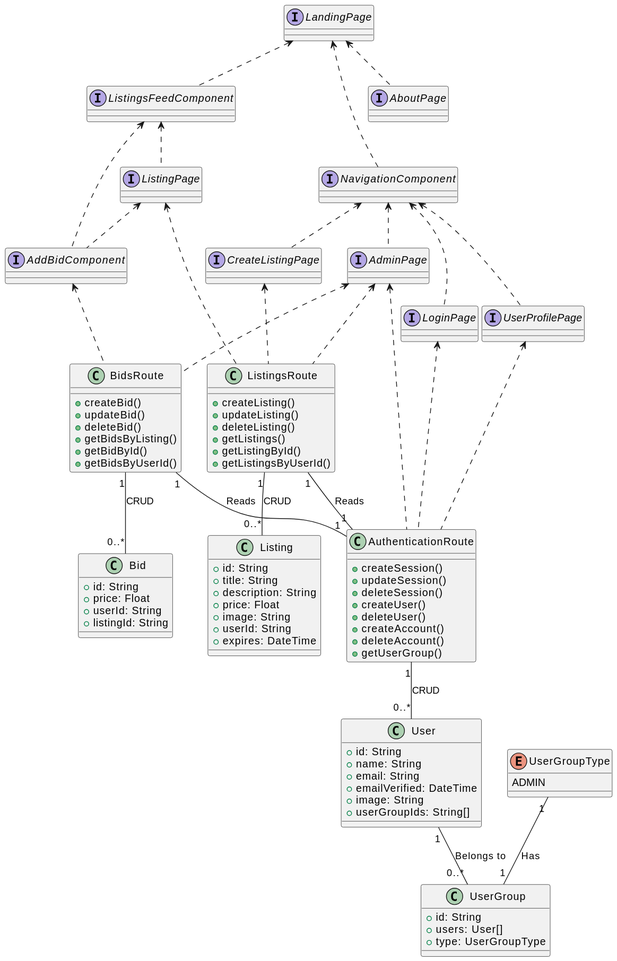
Above: uml/out/ClassDiagram.svg in martinmiglio/CS471-Project (PlantUML), before the change.
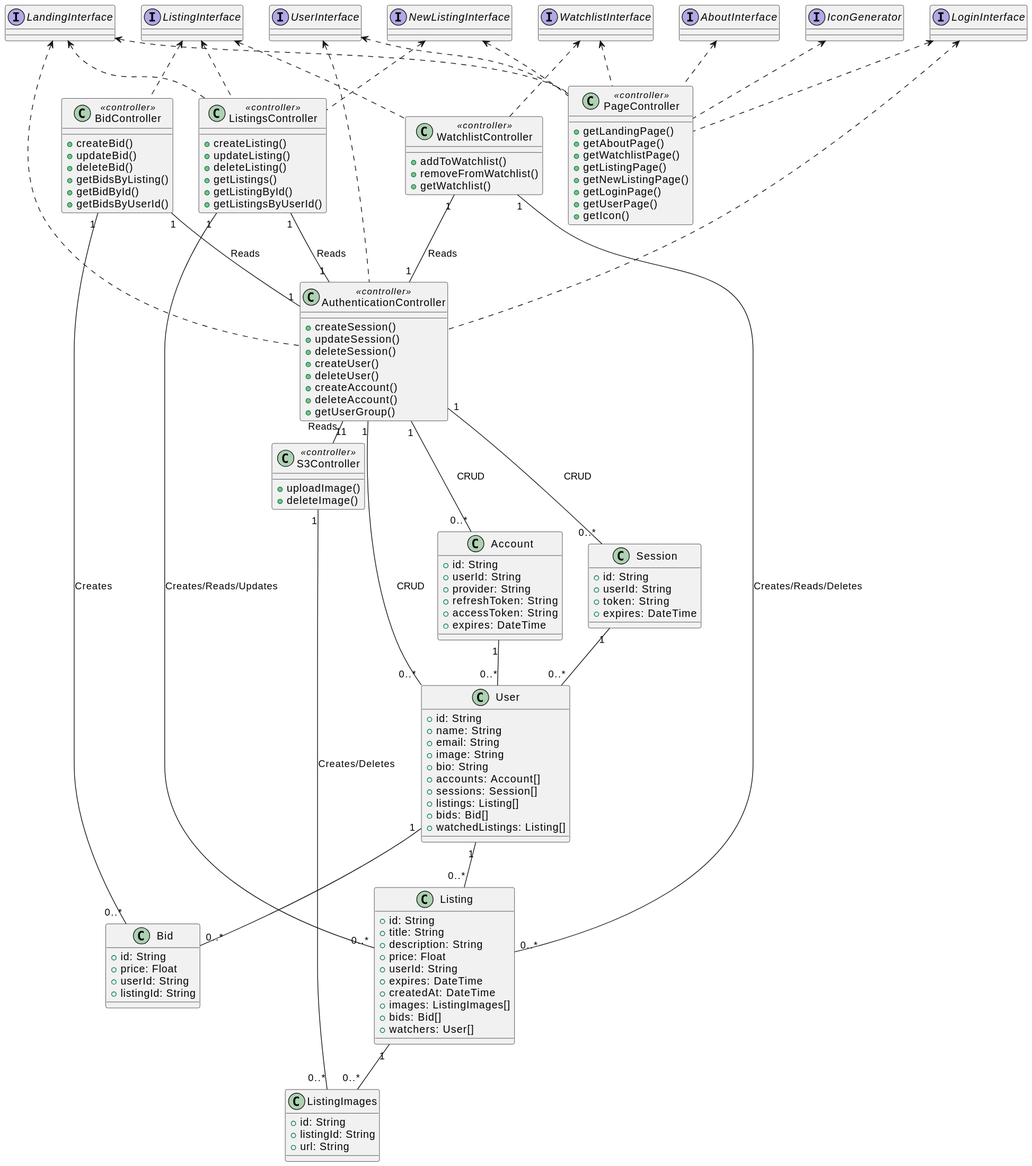
Above is the later version.

What changed in the source:
```diff
@@ -1,11 +1,32 @@
 @startuml
+
+class Account {
+  +id: String
+  +userId: String
+  +provider: String
+  +refreshToken: String
+  +accessToken: String
+  +expires: DateTime
+}
+
+class Session {
+  +id: String
+  +userId: String
+  +token: String
+  +expires: DateTime
+}
+
 class User {
   +id: String
   +name: String
   +email: String
-  +emailVerified: DateTime
   +image: String
-  +userGroupIds: String[]
+  +bio: String
+  +accounts: Account[]
+  +sessions: Session[]
+  +listings: Listing[]
+  +bids: Bid[]
+  +watchedListings: Listing[]
 }
 
 class Listing {
@@ -13,9 +34,18 @@
   +title: String
   +description: String
   +price: Float
-  +image: String
   +userId: String
   +expires: DateTime
+  +createdAt: DateTime
+  +images: ListingImages[]
+  +bids: Bid[]
+  +watchers: User[]
+}
+
+class ListingImages {
+  +id: String
+  +listingId: String
+  +url: String
 }
 
 class Bid {
@@ -24,22 +54,25 @@
   +userId: String
   +listingId: String
 }
-enum UserGroupType {
-  ADMIN
+
+Account "1" -- "0..*" User
+Session "1" -- "0..*" User
+User "1" -- "0..*" Listing
+User "1" -- "0..*" Bid
+Listing "1" -- "0..*" ListingImages
+
+class PageController <<controller>>{
+  +getLandingPage()
+  +getAboutPage()
+  +getWatchlistPage()
+    +getListingPage()
+    +getNewListingPage()
+    +getLoginPage()
+    +getUserPage()
++getIcon()
 }
 
-class UserGroup {
-  +id: String
-  +users: User[]
-  +type: UserGroupType
-}
-
-UserGroupType "1" -- "1" UserGroup : Has
-User "1" -- "0..*" UserGroup : Belongs to
-
-
-
-class ListingsRoute {
+class ListingsController <<controller>>{
   +createListing()
   +updateListing()
   +deleteListing()
@@ -48,7 +81,13 @@
   +getListingsByUserId()
 }
 
-class AuthenticationRoute {
+class WatchlistController <<controller>>{
+  +addToWatchlist()
+  +removeFromWatchlist()
+  +getWatchlist()
+}
+
+class AuthenticationController <<controller>>{
   +createSession()
   +updateSession()
   +deleteSession()
@@ -59,7 +98,7 @@
   +getUserGroup()
 }
 
-class BidsRoute {
+class BidController <<controller>>{
   +createBid()
   +updateBid()
   +deleteBid()
@@ -68,47 +107,54 @@
   +getBidsByUserId()
 }
 
-AuthenticationRoute "1" -- "0..*" User : CRUD
-
-ListingsRoute "1" -- "0..*" Listing : CRUD
-ListingsRoute "1" -- "1" AuthenticationRoute : Reads
-
-BidsRoute "1" -- "0..*" Bid : CRUD
-BidsRoute "1" -- "1" AuthenticationRoute : Reads
+class S3Controller <<controller>>{
+  +uploadImage()
+  +deleteImage()
+}
 
 
-interface LandingPage
-interface AboutPage
-interface LoginPage
-interface ListingPage
-interface CreateListingPage
-interface UserProfilePage
-interface AdminPage
-interface NavigationComponent
-interface ListingsFeedComponent
-interface AddBidComponent
+AuthenticationController "1" -- "0..*" User : CRUD
+AuthenticationController "1" -- "0..*" Account : CRUD
+AuthenticationController "1" -- "0..*" Session : CRUD
+
+ListingsController "1" -- "0..*" Listing : Creates/Reads/Updates
+ListingsController "1" -- "1" AuthenticationController : Reads
+
+WatchlistController "1" -- "0..*" Listing : Creates/Reads/Deletes
+WatchlistController "1" -- "1" AuthenticationController : Reads
+
+S3Controller "1" -- "0..*" ListingImages : Creates/Deletes
+S3Controller "1" -l- "1" AuthenticationController : Reads
+
+BidController "1" -- "0..*" Bid : Creates
+BidController "1" -- "1" AuthenticationController : Reads
 
 
-LandingPage <.. AboutPage
-LandingPage <.. NavigationComponent
-LandingPage <.. ListingsFeedComponent
+interface UserInterface
+interface ListingInterface
+interface NewListingInterface
+interface LoginInterface
+interface WatchlistInterface
+interface AboutInterface
+interface LandingInterface
+interface IconGenerator
 
-NavigationComponent <.. LoginPage
-NavigationComponent <.. CreateListingPage
-NavigationComponent <.. UserProfilePage
-NavigationComponent <.. AdminPage
 
-ListingsFeedComponent <.. AddBidComponent
-ListingsFeedComponent <.. ListingPage
+UserInterface <.. AuthenticationController
+NewListingInterface <.. ListingsController
+LoginInterface <.. AuthenticationController
+WatchlistInterface <.. WatchlistController
+LandingInterface <.. AuthenticationController
+LandingInterface <.. ListingsController
+ListingInterface <.. ListingsController
+ListingInterface <.. WatchlistController
+ListingInterface <.. BidController
 
-ListingPage <.. AddBidComponent
-
-LoginPage <.. AuthenticationRoute
-ListingPage <.. ListingsRoute
-CreateListingPage <.. ListingsRoute
-UserProfilePage <.. AuthenticationRoute
-AdminPage <.. AuthenticationRoute
-AdminPage <.. ListingsRoute
-AdminPage <.. BidsRoute
-AddBidComponent <.. BidsRoute
+UserInterface <.. PageController
+NewListingInterface <.. PageController
+LoginInterface <.. PageController
+WatchlistInterface <.. PageController
+AboutInterface <.. PageController
+LandingInterface <.. PageController
+IconGenerator <.. PageController
 @enduml
```
